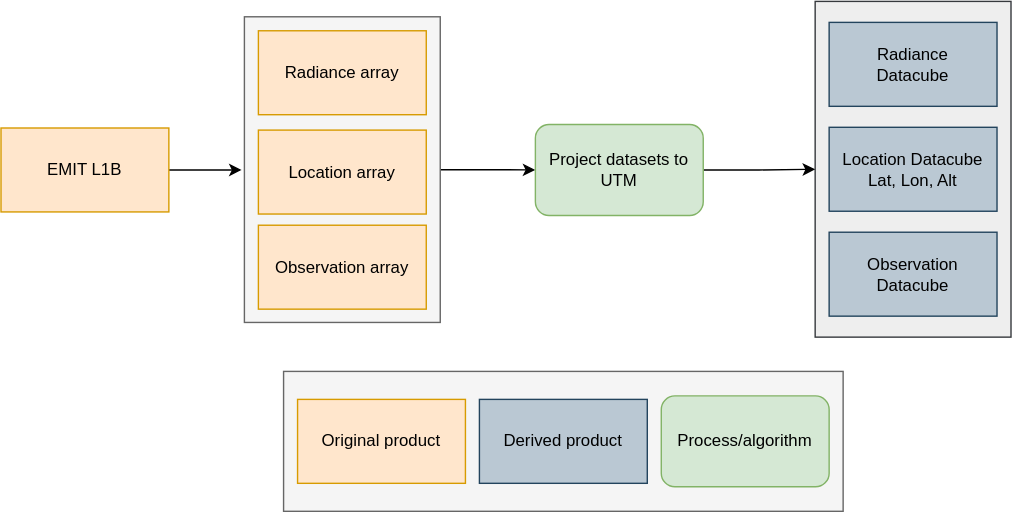
The draw.io diagram figures/emit_workflow.svg in sister-jpl/sister-preprocess, before a commit. Source tidied: cells renumbered, new cells last; positions are measured from the earlier drawing's top-left corner, leaving out a move shared by most shapes. Source of this version:
```xml
<mxGraphModel background="#FFFFFF">
  <root>
    <mxCell id="0" />
    <mxCell id="1" parent="0" />
    <mxCell id="2" style="edgeStyle=orthogonalEdgeStyle;rounded=0;jettySize=auto;html=1;entryX=0;entryY=0.5;entryDx=0;entryDy=0;" parent="1" edge="1" source="3" target="20">
      <mxGeometry relative="1" as="geometry" />
    </mxCell>
    <mxCell id="3" style="rounded=0;whiteSpace=wrap;html=1;fillColor=#f5f5f5;strokeColor=#666666;fontColor=#333333;" parent="1" vertex="1">
      <mxGeometry x="174" y="10.5" width="140" height="218.5" as="geometry" />
    </mxCell>
    <mxCell id="4" style="edgeStyle=orthogonalEdgeStyle;rounded=0;jettySize=auto;html=1;" parent="1" edge="1" source="5">
      <mxGeometry relative="1" as="geometry">
        <mxPoint x="172" y="120" as="targetPoint" />
      </mxGeometry>
    </mxCell>
    <mxCell id="5" value="EMIT L1B" style="rounded=0;whiteSpace=wrap;html=1;fillColor=#ffe6cc;strokeColor=#d79b00;" parent="1" vertex="1">
      <mxGeometry y="90" width="120" height="60" as="geometry" />
    </mxCell>
    <mxCell id="6" value="Radiance array" style="rounded=0;whiteSpace=wrap;html=1;fillColor=#ffe6cc;strokeColor=#d79b00;" parent="1" vertex="1">
      <mxGeometry x="184" y="20.5" width="120" height="60" as="geometry" />
    </mxCell>
    <mxCell id="7" value="Location array" style="rounded=0;whiteSpace=wrap;html=1;fillColor=#ffe6cc;strokeColor=#d79b00;" parent="1" vertex="1">
      <mxGeometry x="184" y="91.5" width="120" height="60" as="geometry" />
    </mxCell>
    <mxCell id="8" style="group;" parent="1" vertex="1">
      <mxGeometry x="202" y="264" width="400" height="100" as="geometry" />
    </mxCell>
    <mxCell id="9" style="rounded=0;whiteSpace=wrap;html=1;fillColor=#f5f5f5;strokeColor=#666666;fontColor=#333333;" parent="8" vertex="1">
      <mxGeometry width="400" height="100" as="geometry" />
    </mxCell>
    <mxCell id="10" value="Original product" style="rounded=0;whiteSpace=wrap;html=1;fillColor=#ffe6cc;strokeColor=#d79b00;" parent="8" vertex="1">
      <mxGeometry x="10" y="20" width="120" height="60" as="geometry" />
    </mxCell>
    <mxCell id="11" value="Derived product" style="rounded=0;whiteSpace=wrap;html=1;fillColor=#bac8d3;strokeColor=#23445d;" parent="8" vertex="1">
      <mxGeometry x="140" y="20" width="120" height="60" as="geometry" />
    </mxCell>
    <mxCell id="12" style="group;" parent="1" vertex="1">
      <mxGeometry x="582" y="-0.5" width="140" height="240" as="geometry" />
    </mxCell>
    <mxCell id="13" style="rounded=0;whiteSpace=wrap;html=1;fillColor=#eeeeee;strokeColor=#36393d;" parent="12" vertex="1">
      <mxGeometry width="140" height="240" as="geometry" />
    </mxCell>
    <mxCell id="14" value="Location Datacube&lt;br&gt;Lat, Lon, Alt" style="rounded=0;whiteSpace=wrap;html=1;fillColor=#bac8d3;strokeColor=#23445d;" parent="12" vertex="1">
      <mxGeometry x="10" y="90" width="120" height="60" as="geometry" />
    </mxCell>
    <mxCell id="15" value="Radiance&lt;br&gt;Datacube" style="rounded=0;whiteSpace=wrap;html=1;fillColor=#bac8d3;strokeColor=#23445d;" parent="12" vertex="1">
      <mxGeometry x="10" y="15" width="120" height="60" as="geometry" />
    </mxCell>
    <mxCell id="16" value="Observation Datacube" style="rounded=0;whiteSpace=wrap;html=1;fillColor=#bac8d3;strokeColor=#23445d;" parent="12" vertex="1">
      <mxGeometry x="10" y="165" width="120" height="60" as="geometry" />
    </mxCell>
    <mxCell id="17" value="Process/algorithm" style="rounded=1;whiteSpace=wrap;html=1;fillColor=#d5e8d4;strokeColor=#82b366;" parent="1" vertex="1">
      <mxGeometry x="472" y="281.5" width="120" height="65" as="geometry" />
    </mxCell>
    <mxCell id="18" value="Observation array" style="rounded=0;whiteSpace=wrap;html=1;fillColor=#ffe6cc;strokeColor=#d79b00;" parent="1" vertex="1">
      <mxGeometry x="184" y="159.5" width="120" height="60" as="geometry" />
    </mxCell>
    <mxCell id="19" style="edgeStyle=orthogonalEdgeStyle;rounded=0;jettySize=auto;html=1;entryX=0;entryY=0.5;entryDx=0;entryDy=0;" parent="1" edge="1" source="20" target="13">
      <mxGeometry relative="1" as="geometry" />
    </mxCell>
    <mxCell id="20" value="Project datasets to UTM" style="rounded=1;whiteSpace=wrap;html=1;fillColor=#d5e8d4;strokeColor=#82b366;" parent="1" vertex="1">
      <mxGeometry x="382" y="87.5" width="120" height="65" as="geometry" />
    </mxCell>
    <mxCell id="21" style="edgeStyle=orthogonalEdgeStyle;rounded=0;orthogonalLoop=1;jettySize=auto;html=1;exitX=0.5;exitY=1;exitDx=0;exitDy=0;" parent="1" edge="1" source="3" target="3">
      <mxGeometry relative="1" as="geometry" />
    </mxCell>
  </root>
</mxGraphModel>
```
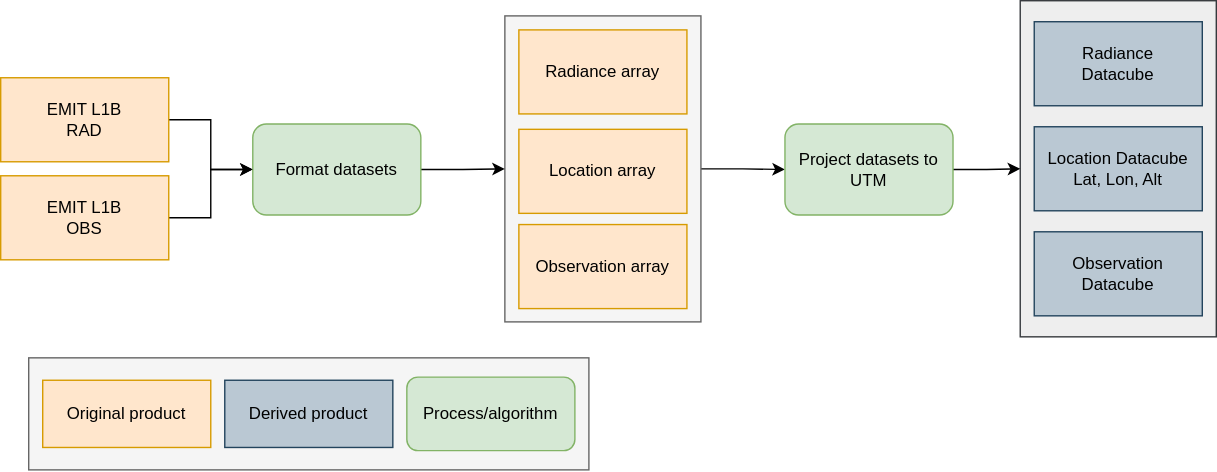
Later version of the same file.

Commit message:
Updated EMIT workflow figure

What changed in the source:
```diff
@@ -6,36 +6,37 @@
       <mxGeometry relative="1" as="geometry" />
     </mxCell>
     <mxCell id="3" style="rounded=0;whiteSpace=wrap;html=1;fillColor=#f5f5f5;strokeColor=#666666;fontColor=#333333;" parent="1" vertex="1">
-      <mxGeometry x="174" y="10.5" width="140" height="218.5" as="geometry" />
+      <mxGeometry x="352" y="9.8" width="140" height="218.5" as="geometry" />
     </mxCell>
-    <mxCell id="4" style="edgeStyle=orthogonalEdgeStyle;rounded=0;jettySize=auto;html=1;" parent="1" edge="1" source="5">
-      <mxGeometry relative="1" as="geometry">
-        <mxPoint x="172" y="120" as="targetPoint" />
-      </mxGeometry>
-    </mxCell>
+    <mxCell id="22" style="edgeStyle=orthogonalEdgeStyle;rounded=0;jettySize=auto;html=1;" parent="1" edge="1" source="5" target="24">
+      <mxGeometry relative="1" as="geometry" />
+    </mxCell>
-    <mxCell id="5" value="EMIT L1B" style="rounded=0;whiteSpace=wrap;html=1;fillColor=#ffe6cc;strokeColor=#d79b00;" parent="1" vertex="1">
-      <mxGeometry y="90" width="120" height="60" as="geometry" />
+    <mxCell id="5" value="EMIT L1B&lt;br&gt;RAD" style="rounded=0;whiteSpace=wrap;html=1;fillColor=#ffe6cc;strokeColor=#d79b00;" parent="1" vertex="1">
+      <mxGeometry x="-8" y="54" width="120" height="60" as="geometry" />
     </mxCell>
     <mxCell id="6" value="Radiance array" style="rounded=0;whiteSpace=wrap;html=1;fillColor=#ffe6cc;strokeColor=#d79b00;" parent="1" vertex="1">
-      <mxGeometry x="184" y="20.5" width="120" height="60" as="geometry" />
+      <mxGeometry x="362" y="19.8" width="120" height="60" as="geometry" />
     </mxCell>
     <mxCell id="7" value="Location array" style="rounded=0;whiteSpace=wrap;html=1;fillColor=#ffe6cc;strokeColor=#d79b00;" parent="1" vertex="1">
-      <mxGeometry x="184" y="91.5" width="120" height="60" as="geometry" />
+      <mxGeometry x="362" y="90.8" width="120" height="60" as="geometry" />
     </mxCell>
     <mxCell id="8" style="group;" parent="1" vertex="1">
-      <mxGeometry x="202" y="264" width="400" height="100" as="geometry" />
+      <mxGeometry x="12" y="254" width="400" height="80" as="geometry" />
     </mxCell>
     <mxCell id="9" style="rounded=0;whiteSpace=wrap;html=1;fillColor=#f5f5f5;strokeColor=#666666;fontColor=#333333;" parent="8" vertex="1">
-      <mxGeometry width="400" height="100" as="geometry" />
+      <mxGeometry width="400" height="80" as="geometry" />
     </mxCell>
     <mxCell id="10" value="Original product" style="rounded=0;whiteSpace=wrap;html=1;fillColor=#ffe6cc;strokeColor=#d79b00;" parent="8" vertex="1">
-      <mxGeometry x="10" y="20" width="120" height="60" as="geometry" />
+      <mxGeometry x="10" y="16" width="120" height="48" as="geometry" />
     </mxCell>
     <mxCell id="11" value="Derived product" style="rounded=0;whiteSpace=wrap;html=1;fillColor=#bac8d3;strokeColor=#23445d;" parent="8" vertex="1">
-      <mxGeometry x="140" y="20" width="120" height="60" as="geometry" />
+      <mxGeometry x="140" y="16" width="120" height="48" as="geometry" />
     </mxCell>
+    <mxCell id="17" value="Process/algorithm" style="rounded=1;whiteSpace=wrap;html=1;fillColor=#d5e8d4;strokeColor=#82b366;" parent="8" vertex="1">
+      <mxGeometry x="270" y="13.8" width="120" height="52.5" as="geometry" />
+    </mxCell>
     <mxCell id="12" style="group;" parent="1" vertex="1">
-      <mxGeometry x="582" y="-0.5" width="140" height="240" as="geometry" />
+      <mxGeometry x="720" y="-1" width="140" height="240" as="geometry" />
     </mxCell>
     <mxCell id="13" style="rounded=0;whiteSpace=wrap;html=1;fillColor=#eeeeee;strokeColor=#36393d;" parent="12" vertex="1">
       <mxGeometry width="140" height="240" as="geometry" />
@@ -49,20 +50,29 @@
     <mxCell id="16" value="Observation Datacube" style="rounded=0;whiteSpace=wrap;html=1;fillColor=#bac8d3;strokeColor=#23445d;" parent="12" vertex="1">
       <mxGeometry x="10" y="165" width="120" height="60" as="geometry" />
     </mxCell>
-    <mxCell id="17" value="Process/algorithm" style="rounded=1;whiteSpace=wrap;html=1;fillColor=#d5e8d4;strokeColor=#82b366;" parent="1" vertex="1">
-      <mxGeometry x="472" y="281.5" width="120" height="65" as="geometry" />
-    </mxCell>
     <mxCell id="18" value="Observation array" style="rounded=0;whiteSpace=wrap;html=1;fillColor=#ffe6cc;strokeColor=#d79b00;" parent="1" vertex="1">
-      <mxGeometry x="184" y="159.5" width="120" height="60" as="geometry" />
+      <mxGeometry x="362" y="158.8" width="120" height="60" as="geometry" />
     </mxCell>
     <mxCell id="19" style="edgeStyle=orthogonalEdgeStyle;rounded=0;jettySize=auto;html=1;entryX=0;entryY=0.5;entryDx=0;entryDy=0;" parent="1" edge="1" source="20" target="13">
       <mxGeometry relative="1" as="geometry" />
     </mxCell>
     <mxCell id="20" value="Project datasets to UTM" style="rounded=1;whiteSpace=wrap;html=1;fillColor=#d5e8d4;strokeColor=#82b366;" parent="1" vertex="1">
-      <mxGeometry x="382" y="87.5" width="120" height="65" as="geometry" />
+      <mxGeometry x="552" y="87" width="120" height="65" as="geometry" />
     </mxCell>
     <mxCell id="21" style="edgeStyle=orthogonalEdgeStyle;rounded=0;orthogonalLoop=1;jettySize=auto;html=1;exitX=0.5;exitY=1;exitDx=0;exitDy=0;" parent="1" edge="1" source="3" target="3">
       <mxGeometry relative="1" as="geometry" />
     </mxCell>
+    <mxCell id="23" style="edgeStyle=orthogonalEdgeStyle;rounded=0;jettySize=auto;html=1;" parent="1" edge="1" source="24" target="3">
+      <mxGeometry relative="1" as="geometry" />
+    </mxCell>
+    <mxCell id="24" value="Format datasets" style="rounded=1;whiteSpace=wrap;html=1;fillColor=#d5e8d4;strokeColor=#82b366;" parent="1" vertex="1">
+      <mxGeometry x="172" y="87" width="120" height="65" as="geometry" />
+    </mxCell>
+    <mxCell id="25" style="edgeStyle=orthogonalEdgeStyle;rounded=0;jettySize=auto;html=1;entryX=0;entryY=0.5;entryDx=0;entryDy=0;" parent="1" edge="1" source="26" target="24">
+      <mxGeometry relative="1" as="geometry" />
+    </mxCell>
+    <mxCell id="26" value="EMIT L1B&lt;br&gt;OBS" style="rounded=0;whiteSpace=wrap;html=1;fillColor=#ffe6cc;strokeColor=#d79b00;" parent="1" vertex="1">
+      <mxGeometry x="-8" y="124" width="120" height="60" as="geometry" />
+    </mxCell>
   </root>
 </mxGraphModel>
```
